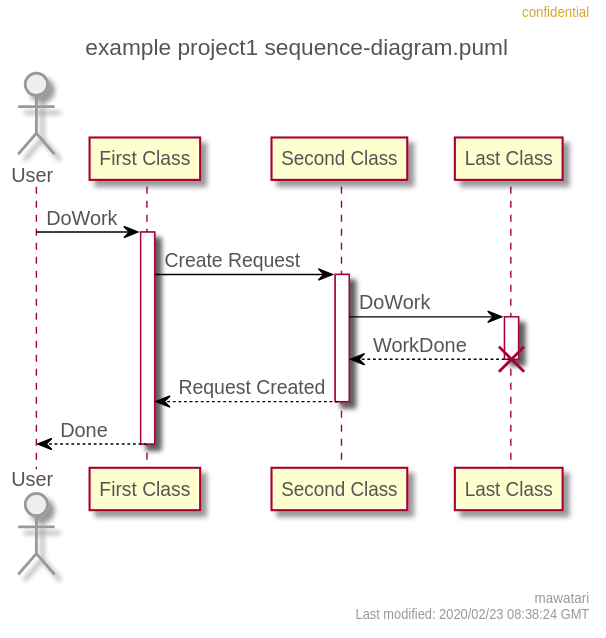
The PlantUML diagram sequence-diagram.svg in mawatari/example-project-uml, before a commit. Source of this version:
```plantuml
@startuml
skinparam {
  BoxPadding 5
  ParticipantPadding 10
}
skinparam default {
  FontColor #555555
  FontSize 14
}
skinparam Header {
  FontColor #D7A72D
  FontSize 10
}
skinparam Footer {
  FontColor #999999
  FontSize 10
}
skinparam Title {
  FontSize 16
}

skinparam Actor {
  BackgroundColor #eeeeee
  BorderColor #999999
}

skinparam note {
  FontStyle bold
  FontColor #ffffff
  BackgroundColor #7f8c8d
  BorderColor #7f8c8d
}

skinparam activity {
  ArrowColor #000000
  BackgroundColor #eeeeee
  BorderColor #999999
  StartColor #000000
  EndColor #000000
  BarColor #000000

  DiamondBackgroundColor #eeeeee
  DiamondBorderColor #999999
}
right header confidential
right footer mawatari\nLast modified: 2020/02/23 08:38:24 GMT
title example project1 sequence-diagram.puml

actor User
participant "First Class" as A
participant "Second Class" as B
participant "Last Class" as C

User -> A: DoWork
activate A

A -> B: Create Request
activate B

B -> C: DoWork
activate C
C --> B: WorkDone
destroy C

B --> A: Request Created
deactivate B

A --> User: Done
deactivate A
@enduml
```
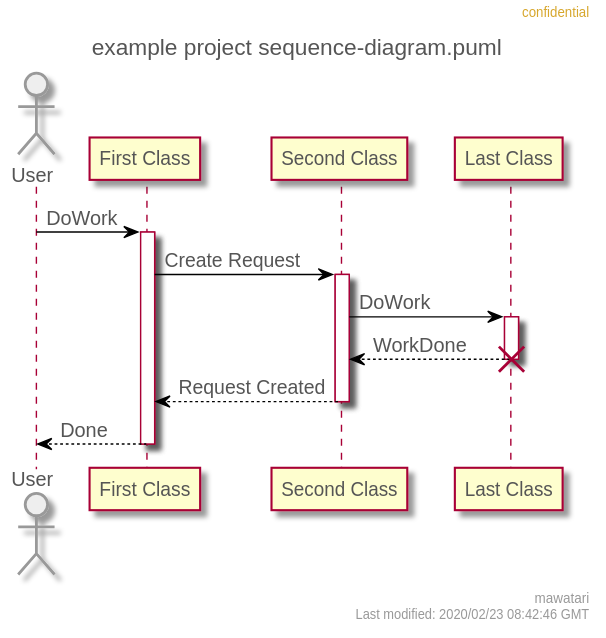
Later version of the same file.

Commit message:
Automatically generated PlantUML images.

Change to the diagram source:
```diff
@@ -43,8 +43,8 @@
   DiamondBorderColor #999999
 }
 right header confidential
-right footer mawatari\nLast modified: 2020/02/23 08:38:24 GMT
-title example project1 sequence-diagram.puml
+right footer mawatari\nLast modified: 2020/02/23 08:42:46 GMT
+title example project sequence-diagram.puml
 
 actor User
 participant "First Class" as A
```
